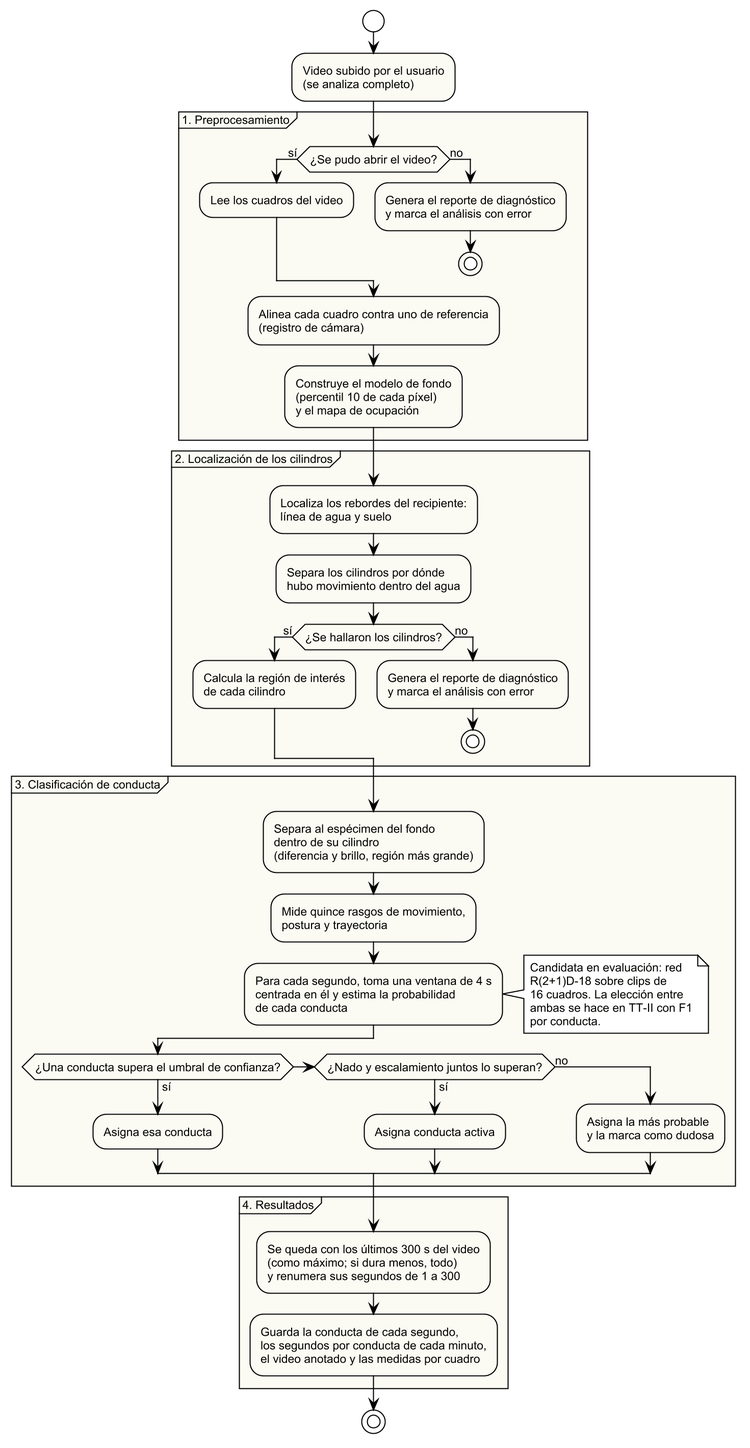
This is figures/mermaid/pipeline.png from ErickJester/fst-ai-system-latex, a PlantUML export, as it was before one commit.
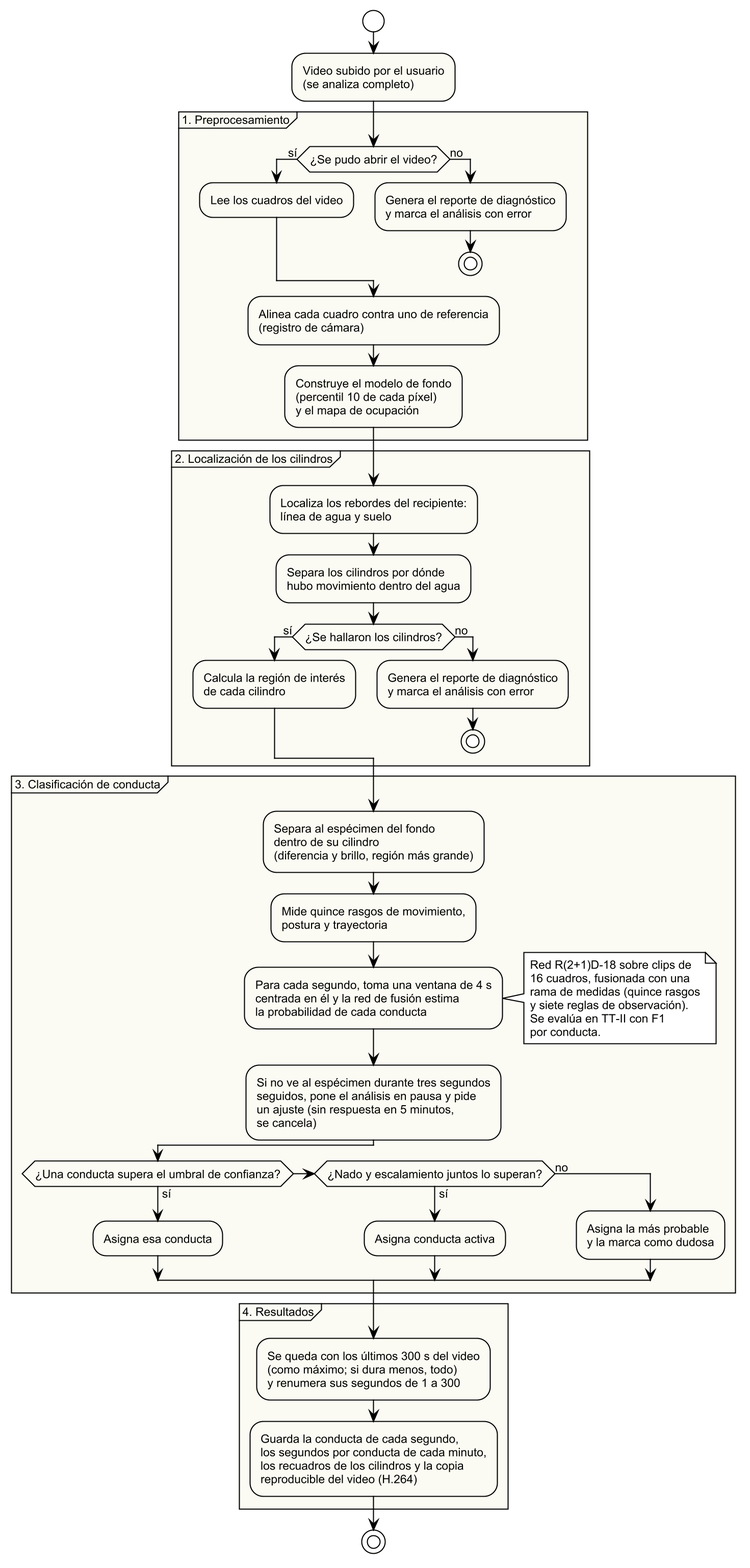
Later version of the same file.

Diff of the diagram source:
```diff
@@ -36,14 +36,16 @@
 partition "3. Clasificación de conducta" {
   :Separa al espécimen del fondo\ndentro de su cilindro\n(diferencia y brillo, región más grande);
   :Mide quince rasgos de movimiento,\npostura y trayectoria;
-  :Para cada segundo, toma una ventana de 4 s\ncentrada en él y estima la probabilidad\nde cada conducta;
+  :Para cada segundo, toma una ventana de 4 s\ncentrada en él y la red de fusión estima\nla probabilidad de cada conducta;
   note right
-    Candidata en evaluación: red
-    R(2+1)D-18 sobre clips de
-    16 cuadros. La elección entre
-    ambas se hace en TT-II con F1
+    Red R(2+1)D-18 sobre clips de
+    16 cuadros, fusionada con una
+    rama de medidas (quince rasgos
+    y siete reglas de observación).
+    Se evalúa en TT-II con F1
     por conducta.
   end note
+  :Si no ve al espécimen durante tres segundos\nseguidos, pone el análisis en pausa y pide\nun ajuste (sin respuesta en 5 minutos,\nse cancela);
   if (¿Una conducta supera el umbral de confianza?) then (sí)
     :Asigna esa conducta;
   elseif (¿Nado y escalamiento juntos lo superan?) then (sí)
@@ -55,7 +57,7 @@
 
 partition "4. Resultados" {
   :Se queda con los últimos 300 s del video\n(como máximo; si dura menos, todo)\ny renumera sus segundos de 1 a 300;
-  :Guarda la conducta de cada segundo,\nlos segundos por conducta de cada minuto,\nel video anotado y las medidas por cuadro;
+  :Guarda la conducta de cada segundo,\nlos segundos por conducta de cada minuto,\nlos recuadros de los cilindros y la copia\nreproducible del video (H.264);
 }
 stop
 
```
